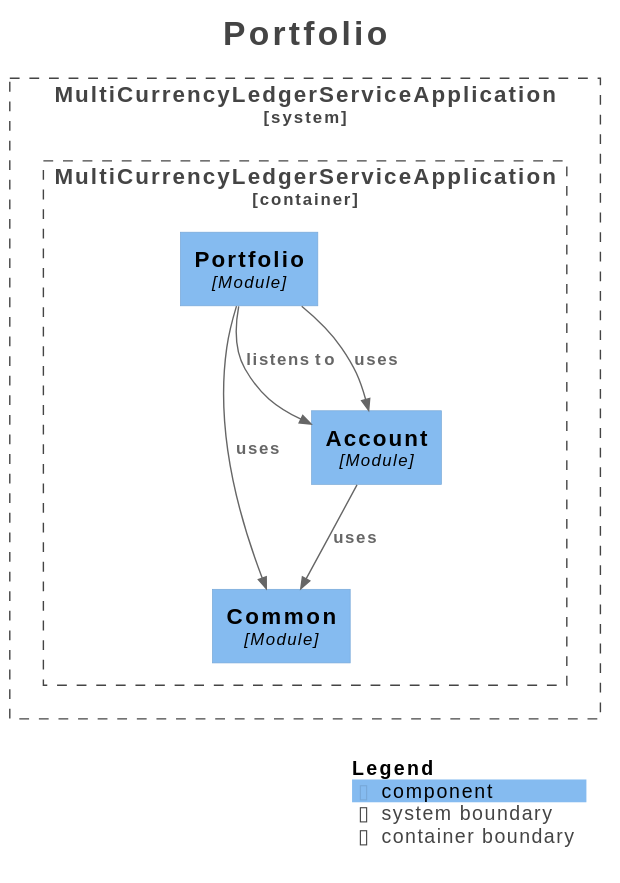
Earlier version of the PlantUML export docs/architecture/modulith/module-portfolio.svg (RaonJena99/multi-currency-ledger-service).
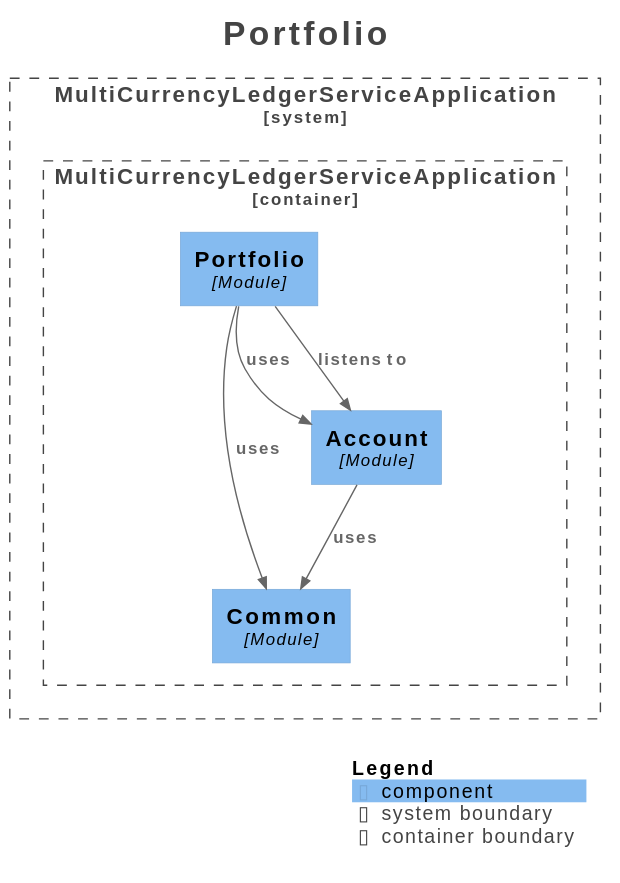
The same file after the commit.

Diff of the diagram source:
```diff
@@ -24,10 +24,10 @@
 
 }
 
-Rel(MultiCurrencyLedgerServiceApplication.MultiCurrencyLedgerServiceApplication.Portfolio, MultiCurrencyLedgerServiceApplication.MultiCurrencyLedgerServiceApplication.Account, "listens to", $techn="", $tags="", $link="")
 Rel(MultiCurrencyLedgerServiceApplication.MultiCurrencyLedgerServiceApplication.Portfolio, MultiCurrencyLedgerServiceApplication.MultiCurrencyLedgerServiceApplication.Common, "uses", $techn="", $tags="", $link="")
 Rel(MultiCurrencyLedgerServiceApplication.MultiCurrencyLedgerServiceApplication.Portfolio, MultiCurrencyLedgerServiceApplication.MultiCurrencyLedgerServiceApplication.Account, "uses", $techn="", $tags="", $link="")
 Rel(MultiCurrencyLedgerServiceApplication.MultiCurrencyLedgerServiceApplication.Account, MultiCurrencyLedgerServiceApplication.MultiCurrencyLedgerServiceApplication.Common, "uses", $techn="", $tags="", $link="")
+Rel(MultiCurrencyLedgerServiceApplication.MultiCurrencyLedgerServiceApplication.Portfolio, MultiCurrencyLedgerServiceApplication.MultiCurrencyLedgerServiceApplication.Account, "listens to", $techn="", $tags="", $link="")
 
 SHOW_LEGEND(true)
 hide stereotypes
```
